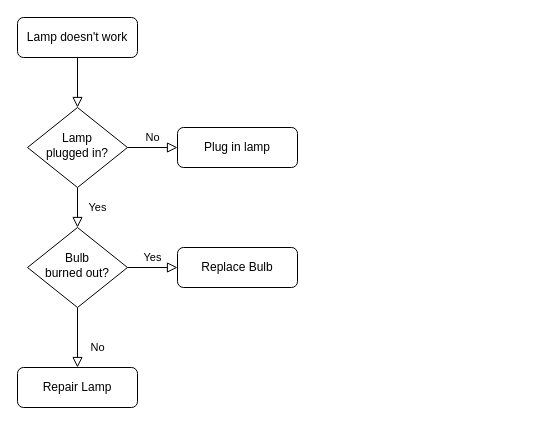
luckyjomi/test keeps this draw.io diagram as 未命名绘图.drawio. Above is the earlier version. Source tidied: cells renumbered, new cells numbered last; positions are measured from the earlier drawing's top-left corner, leaving out a move shared by most shapes. Both pictures are drawn from the tidied source at 100%, with x=0, y=0 at pixel (17, 17).
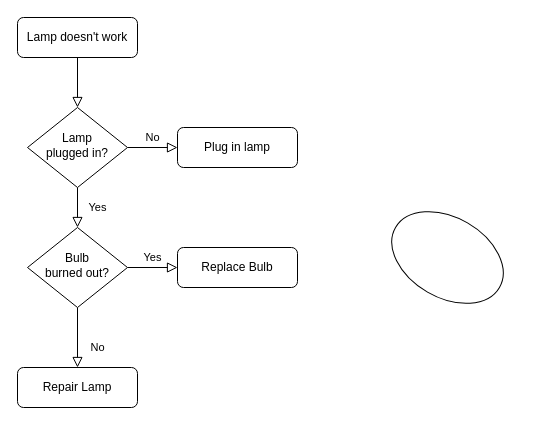
Above is the later version.

Commit message:
更新未命名绘图.drawio

What changed in the source:
```diff
@@
 <mxGraphModel>
   <root>
     <mxCell id="0" />
     <mxCell id="1" parent="0" />
     <mxCell id="2" style="rounded=0;html=1;jettySize=auto;fontSize=11;endArrow=block;endFill=0;endSize=8;strokeWidth=1;shadow=0;labelBackgroundColor=none;edgeStyle=orthogonalEdgeStyle;" parent="1" edge="1" source="3" target="6">
       <mxGeometry relative="1" as="geometry" />
     </mxCell>
     <mxCell id="3" value="Lamp doesn't work" style="rounded=1;whiteSpace=wrap;html=1;fontSize=12;glass=0;strokeWidth=1;shadow=0;" parent="1" vertex="1">
       <mxGeometry width="120" height="40" as="geometry" />
     </mxCell>
     <mxCell id="4" value="Yes" style="rounded=0;html=1;jettySize=auto;fontSize=11;endArrow=block;endFill=0;endSize=8;strokeWidth=1;shadow=0;labelBackgroundColor=none;edgeStyle=orthogonalEdgeStyle;" parent="1" edge="1" source="6" target="10">
       <mxGeometry y="20" relative="1" as="geometry" />
     </mxCell>
     <mxCell id="5" value="No" style="edgeStyle=orthogonalEdgeStyle;rounded=0;html=1;jettySize=auto;fontSize=11;endArrow=block;endFill=0;endSize=8;strokeWidth=1;shadow=0;labelBackgroundColor=none;" parent="1" edge="1" source="6" target="7">
       <mxGeometry y="10" relative="1" as="geometry" />
     </mxCell>
     <mxCell id="6" value="Lamp&lt;br&gt;plugged in?" style="rhombus;whiteSpace=wrap;html=1;shadow=0;fontFamily=Helvetica;fontSize=12;align=center;strokeWidth=1;spacing=6;spacingTop=-4;" parent="1" vertex="1">
       <mxGeometry x="10" y="90" width="100" height="80" as="geometry" />
     </mxCell>
     <mxCell id="7" value="Plug in lamp" style="rounded=1;whiteSpace=wrap;html=1;fontSize=12;glass=0;strokeWidth=1;shadow=0;" parent="1" vertex="1">
       <mxGeometry x="160" y="110" width="120" height="40" as="geometry" />
     </mxCell>
     <mxCell id="8" value="No" style="rounded=0;html=1;jettySize=auto;fontSize=11;endArrow=block;endFill=0;endSize=8;strokeWidth=1;shadow=0;labelBackgroundColor=none;edgeStyle=orthogonalEdgeStyle;" parent="1" edge="1" source="10" target="11">
       <mxGeometry x="0.33" y="20" relative="1" as="geometry" />
     </mxCell>
     <mxCell id="9" value="Yes" style="edgeStyle=orthogonalEdgeStyle;rounded=0;html=1;jettySize=auto;fontSize=11;endArrow=block;endFill=0;endSize=8;strokeWidth=1;shadow=0;labelBackgroundColor=none;" parent="1" edge="1" source="10" target="12">
       <mxGeometry y="10" relative="1" as="geometry" />
     </mxCell>
     <mxCell id="10" value="Bulb&lt;br&gt;burned out?" style="rhombus;whiteSpace=wrap;html=1;shadow=0;fontFamily=Helvetica;fontSize=12;align=center;strokeWidth=1;spacing=6;spacingTop=-4;" parent="1" vertex="1">
       <mxGeometry x="10" y="210" width="100" height="80" as="geometry" />
     </mxCell>
     <mxCell id="11" value="Repair Lamp" style="rounded=1;whiteSpace=wrap;html=1;fontSize=12;glass=0;strokeWidth=1;shadow=0;" parent="1" vertex="1">
       <mxGeometry y="350" width="120" height="40" as="geometry" />
     </mxCell>
     <mxCell id="12" value="Replace Bulb" style="rounded=1;whiteSpace=wrap;html=1;fontSize=12;glass=0;strokeWidth=1;shadow=0;" parent="1" vertex="1">
       <mxGeometry x="160" y="230" width="120" height="40" as="geometry" />
     </mxCell>
+    <mxCell id="13" style="ellipse;whiteSpace=wrap;html=1;rotation=30;" parent="1" vertex="1">
+      <mxGeometry x="370" y="200" width="120" height="80" as="geometry" />
+    </mxCell>
   </root>
 </mxGraphModel>
```
